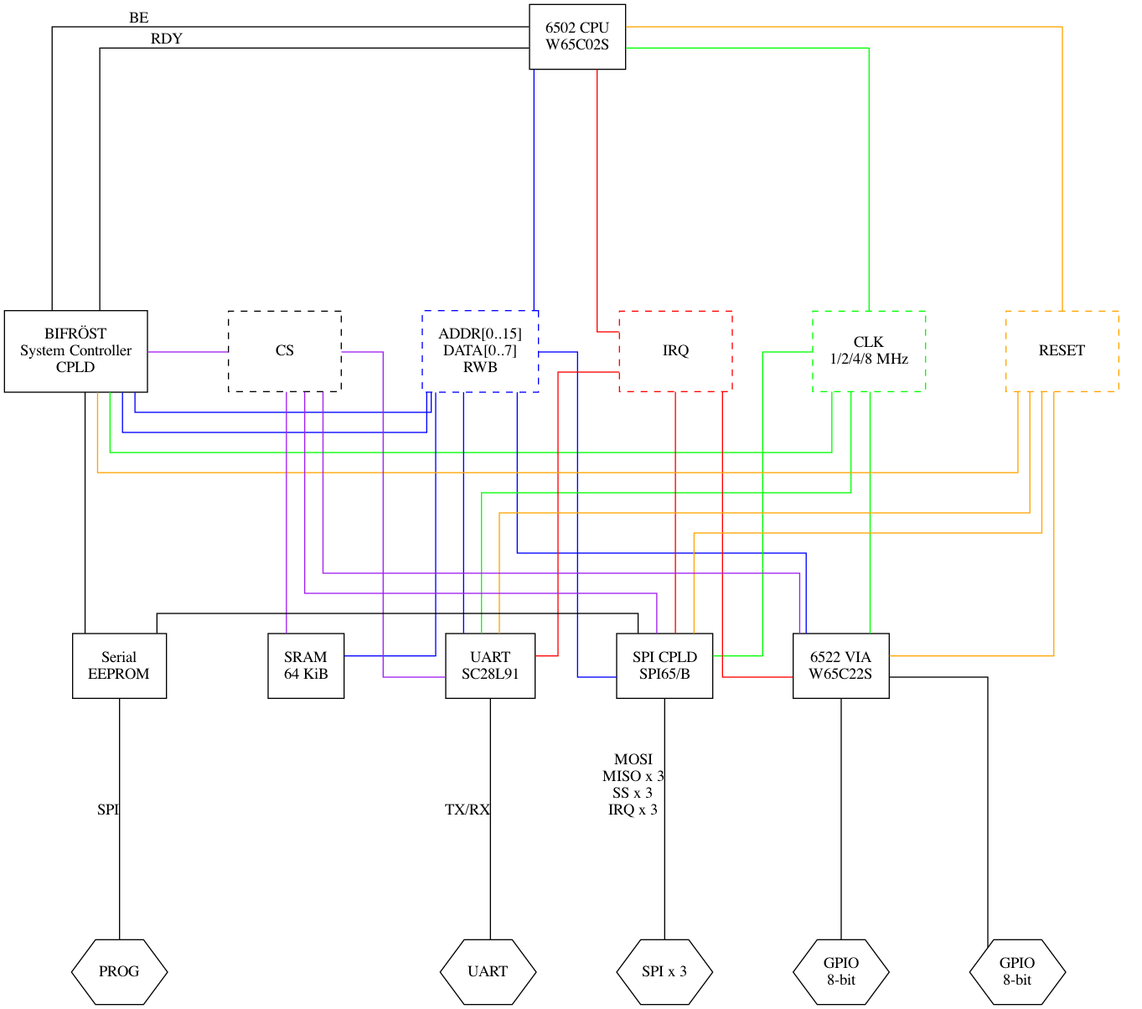
Earlier version of the Graphviz export docs/block.png (pda/pda6502v2). Its source is kept beside it as docs/block.dot.
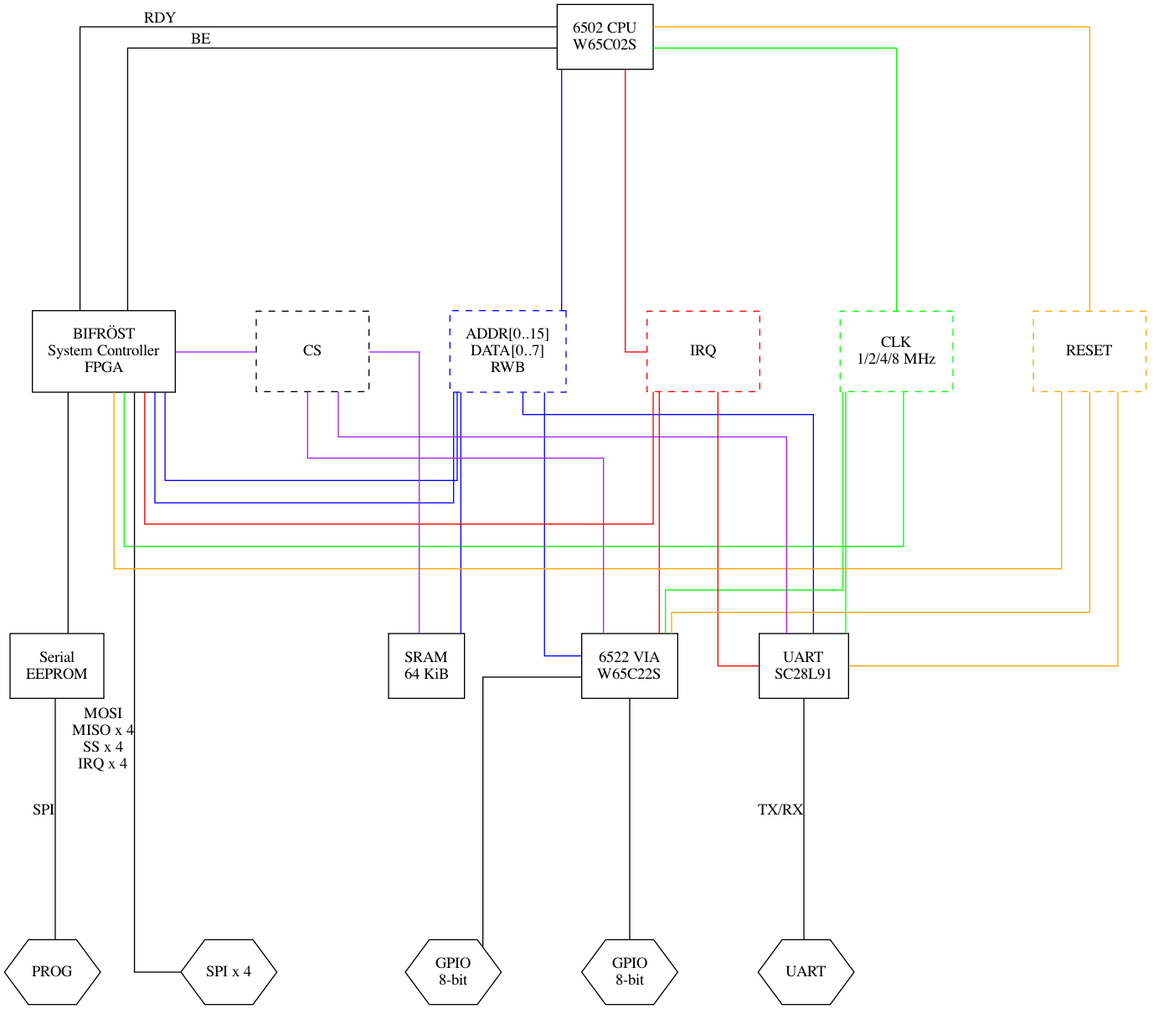
After the commit.

Commit message:
README & diagram updated for FPGA instead of CPLD

Diff of the diagram source:
```diff
@@ -6,7 +6,7 @@
 
   6502 [label = "6502 CPU\nW65C02S"]
 
-  SYSCON [label = "BIFRÖST\nSystem Controller\nCPLD"]
+  SYSCON [label = "BIFRÖST\nSystem Controller\nFPGA"]
 
 
   subgraph cluster_a {
@@ -25,7 +25,6 @@
     SRAM [label = "SRAM\n64 KiB"]
     VIA [label = "6522 VIA\nW65C22S"]
     UART [label = "UART\nSC28L91"]
-    SPI [label = "SPI CPLD\nSPI65/B"]
     FLASH [label = "Serial\nEEPROM"]
   }
 
@@ -34,13 +33,12 @@
     node [shape = hexagon, width=1.2, height=0.8, margin=0]
     GPIO1 [label = "GPIO\n8-bit"]
     GPIO2 [label = "GPIO\n8-bit"]
-    SPI_PORT [label = "SPI x 3"]
+    SPI_PORT [label = "SPI x 4"]
     UART_PORT [label = "UART"]
     PROG [label = "PROG"]
   }
 
   SYSCON -- FLASH
-  FLASH -- SPI
   FLASH -- PROG [xlabel = "SPI"]
 
   6502 -- SYSCON [xlabel = BE]
@@ -49,7 +47,7 @@
   {
     VIA -- GPIO1
     VIA -- GPIO2
-    SPI -- SPI_PORT [xlabel = "MOSI\nMISO x 3\nSS x 3\nIRQ x 3"]
+    SYSCON -- SPI_PORT [xlabel = "MOSI\nMISO x 4\nSS x 4\nIRQ x 4"]
     UART -- UART_PORT [xlabel = "TX/RX"]
   }
 
@@ -58,7 +56,6 @@
     6502 -- BUS
     SYSCON -- BUS
     BUS -- SYSCON
-    BUS -- SPI
     BUS -- SRAM
     BUS -- VIA
     BUS -- UART
@@ -70,14 +67,12 @@
     CLK -- 6502
     CLK -- VIA
     CLK -- UART
-    CLK -- SPI
   }
 
   {
     edge [color = orange]
     RESET -- SYSCON
     RESET -- 6502
-    RESET -- SPI
     RESET -- VIA
     RESET -- UART
   }
@@ -87,7 +82,7 @@
     6502 -- IRQ
     IRQ -- VIA
     IRQ -- UART
-    IRQ -- SPI
+    IRQ -- SYSCON
   }
 
   {
@@ -96,6 +91,5 @@
     CS -- SRAM
     CS -- VIA
     CS -- UART
-    CS -- SPI
   }
 }
```
